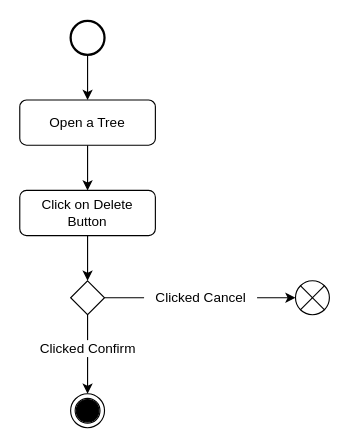
Before: Documents/Design Document/activity diagrams/delete_activity_diagram.drawio in ozanyucell/SE302-Team9, a draw.io diagram. Source tidied: cells renumbered, new cells numbered last; positions are measured from the earlier drawing's top-left corner, leaving out a move shared by most shapes. Both pictures are drawn from the tidied source at 113%, with x=0, y=0 at pixel (19, 20).
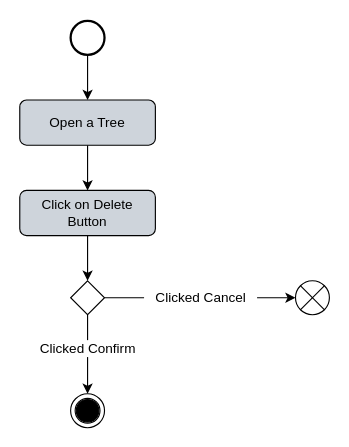
The same diagram, later.

Commit message (it also covers changes not shown here):
coloured activity diagrams

Change to the diagram source:
```diff
@@
 <mxGraphModel>
   <root>
     <mxCell id="0" />
     <mxCell id="1" parent="0" />
     <mxCell id="2" style="ellipse;shape=doubleEllipse;whiteSpace=wrap;html=1;rounded=0;shadow=0;labelBackgroundColor=default;sketch=0;" parent="1" vertex="1">
       <mxGeometry x="45" y="330" width="30" height="30" as="geometry" />
     </mxCell>
     <mxCell id="3" style="edgeStyle=orthogonalEdgeStyle;rounded=0;jettySize=auto;html=1;entryX=0.5;entryY=0;entryDx=0;entryDy=0;" parent="1" edge="1" source="4" target="9">
       <mxGeometry relative="1" as="geometry" />
     </mxCell>
-    <mxCell id="4" value="Open a Tree" style="rounded=1;whiteSpace=wrap;html=1;fontSize=12;glass=0;strokeWidth=1;shadow=0;" parent="1" vertex="1">
+    <mxCell id="4" value="Open a Tree" style="rounded=1;whiteSpace=wrap;html=1;fontSize=12;glass=0;strokeWidth=1;shadow=0;fillColor=#ced4db;" parent="1" vertex="1">
       <mxGeometry y="70" width="120" height="40" as="geometry" />
     </mxCell>
     <mxCell id="5" style="verticalLabelPosition=bottom;verticalAlign=top;html=1;shape=mxgraph.flowchart.on-page_reference;fillColor=#000000;" parent="1" vertex="1">
       <mxGeometry x="50" y="335" width="20" height="20" as="geometry" />
     </mxCell>
     <mxCell id="6" style="edgeStyle=orthogonalEdgeStyle;rounded=0;jettySize=auto;html=1;entryX=0.5;entryY=0;entryDx=0;entryDy=0;" parent="1" edge="1" source="7" target="4">
       <mxGeometry relative="1" as="geometry" />
     </mxCell>
     <mxCell id="7" style="strokeWidth=2;html=1;shape=mxgraph.flowchart.start_2;whiteSpace=wrap;" parent="1" vertex="1">
       <mxGeometry x="45" width="30" height="30" as="geometry" />
     </mxCell>
     <mxCell id="8" style="edgeStyle=orthogonalEdgeStyle;rounded=0;jettySize=auto;html=1;exitX=0.5;exitY=1;exitDx=0;exitDy=0;entryX=0.5;entryY=0;entryDx=0;entryDy=0;" parent="1" edge="1" source="9">
       <mxGeometry relative="1" as="geometry">
         <mxPoint x="60" y="230" as="targetPoint" />
       </mxGeometry>
     </mxCell>
-    <mxCell id="9" value="Click on Delete Button" style="rounded=1;whiteSpace=wrap;html=1;fontSize=12;glass=0;strokeWidth=1;shadow=0;" parent="1" vertex="1">
+    <mxCell id="9" value="Click on Delete Button" style="rounded=1;whiteSpace=wrap;html=1;fontSize=12;glass=0;strokeWidth=1;shadow=0;fillColor=#ced4db;" parent="1" vertex="1">
       <mxGeometry y="150" width="120" height="40" as="geometry" />
     </mxCell>
     <mxCell id="10" style="edgeStyle=orthogonalEdgeStyle;rounded=0;jettySize=auto;html=1;entryX=0;entryY=0.5;entryDx=0;entryDy=0;entryPerimeter=0;startArrow=none;" parent="1" edge="1" source="15" target="13">
       <mxGeometry relative="1" as="geometry" />
     </mxCell>
     <mxCell id="11" style="edgeStyle=orthogonalEdgeStyle;rounded=0;jettySize=auto;html=1;entryX=0.5;entryY=0;entryDx=0;entryDy=0;" parent="1" edge="1" source="12" target="2">
       <mxGeometry relative="1" as="geometry" />
     </mxCell>
     <mxCell id="12" style="rhombus;whiteSpace=wrap;html=1;shadow=0;fontFamily=Helvetica;fontSize=12;align=center;strokeWidth=1;spacing=6;spacingTop=-4;" parent="1" vertex="1">
       <mxGeometry x="45" y="230" width="30" height="30" as="geometry" />
     </mxCell>
     <mxCell id="13" style="verticalLabelPosition=bottom;verticalAlign=top;html=1;shape=mxgraph.flowchart.or;rounded=0;shadow=0;labelBackgroundColor=default;sketch=0;fillColor=#FFFFFF;fontColor=#FFFFFF;" parent="1" vertex="1">
       <mxGeometry x="244" y="230" width="30" height="30" as="geometry" />
     </mxCell>
     <mxCell id="14" value="Clicked Confirm" style="text;html=1;align=center;verticalAlign=middle;rounded=0;shadow=0;sketch=0;labelBackgroundColor=default;" parent="1" vertex="1">
       <mxGeometry x="10" y="280" width="100" height="20" as="geometry" />
     </mxCell>
     <mxCell id="15" value="Clicked Cancel" style="text;html=1;align=center;verticalAlign=middle;points=[];strokeColor=none;fillColor=none;labelBackgroundColor=default;" parent="1" vertex="1">
       <mxGeometry x="110" y="235" width="100" height="20" as="geometry" />
     </mxCell>
     <mxCell id="16" style="edgeStyle=orthogonalEdgeStyle;rounded=0;jettySize=auto;html=1;entryX=0;entryY=0.5;entryDx=0;entryDy=0;entryPerimeter=0;endArrow=none;" parent="1" edge="1" source="12" target="15">
       <mxGeometry relative="1" as="geometry" />
     </mxCell>
   </root>
 </mxGraphModel>
```
